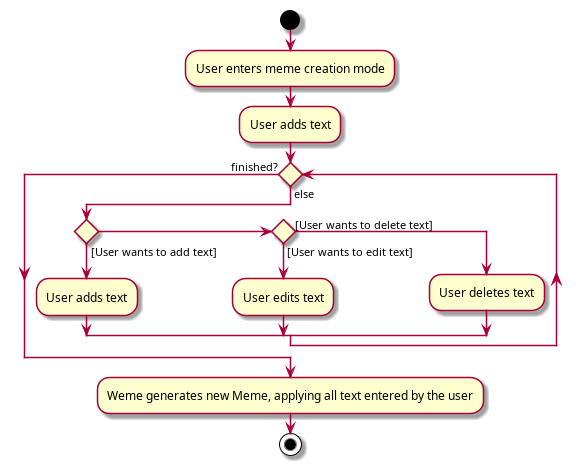
nus-cs2103-AY1920S1/addressbook-level3 keeps this PlantUML diagram as docs/images/MemeCreationActivityDiagram.png. Above is the earlier version.
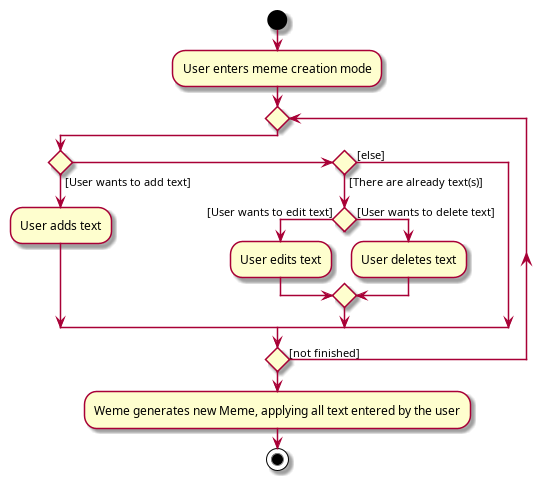
The same diagram one commit later.

The edit, as a diff of the source:
```diff
@@ -3,17 +3,18 @@
 :User enters meme creation mode;
 
 
-:User adds text;
-
-while () is (else)
-    if () then ([User wants to add text])
-        :User adds text;
-    else if () then ([User wants to edit text])
+repeat
+if () then ([User wants to add text])
+    :User adds text;
+else if () then ([There are already text(s)])
+    if () then ([User wants to edit text])
         :User edits text;
     else ([User wants to delete text])
         :User deletes text;
     endif
-endwhile (finished?)
+else ([else])
+endif
+repeat while () is ([not finished])
 
 :Weme generates new Meme, applying all text entered by the user;
 stop
```
